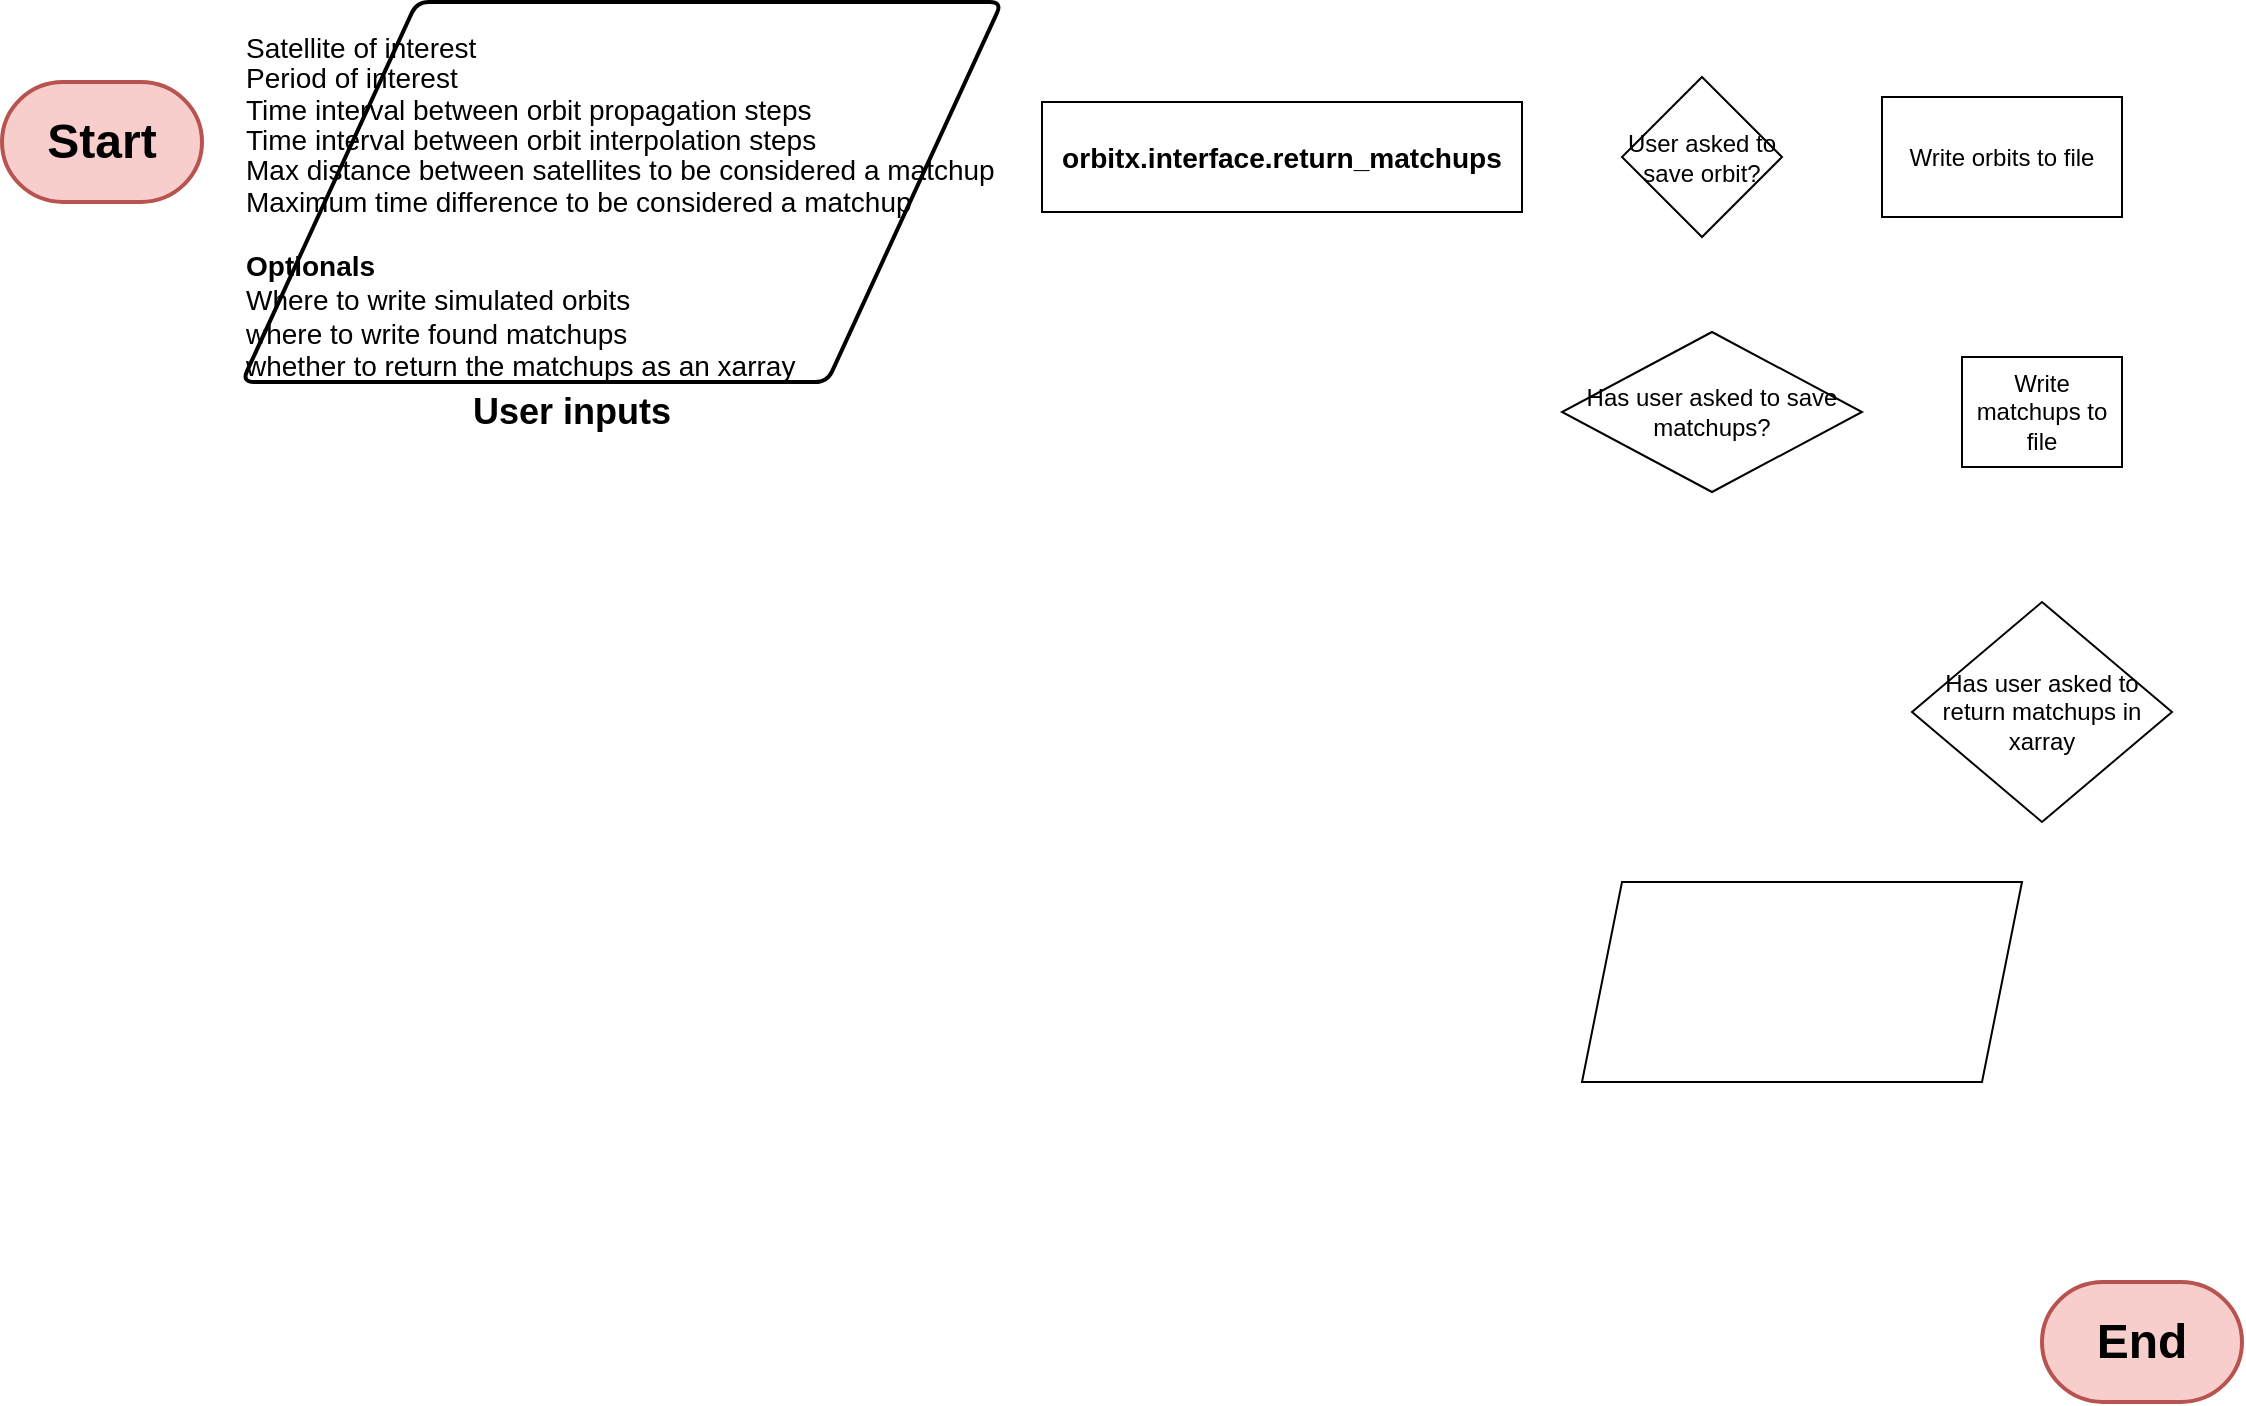
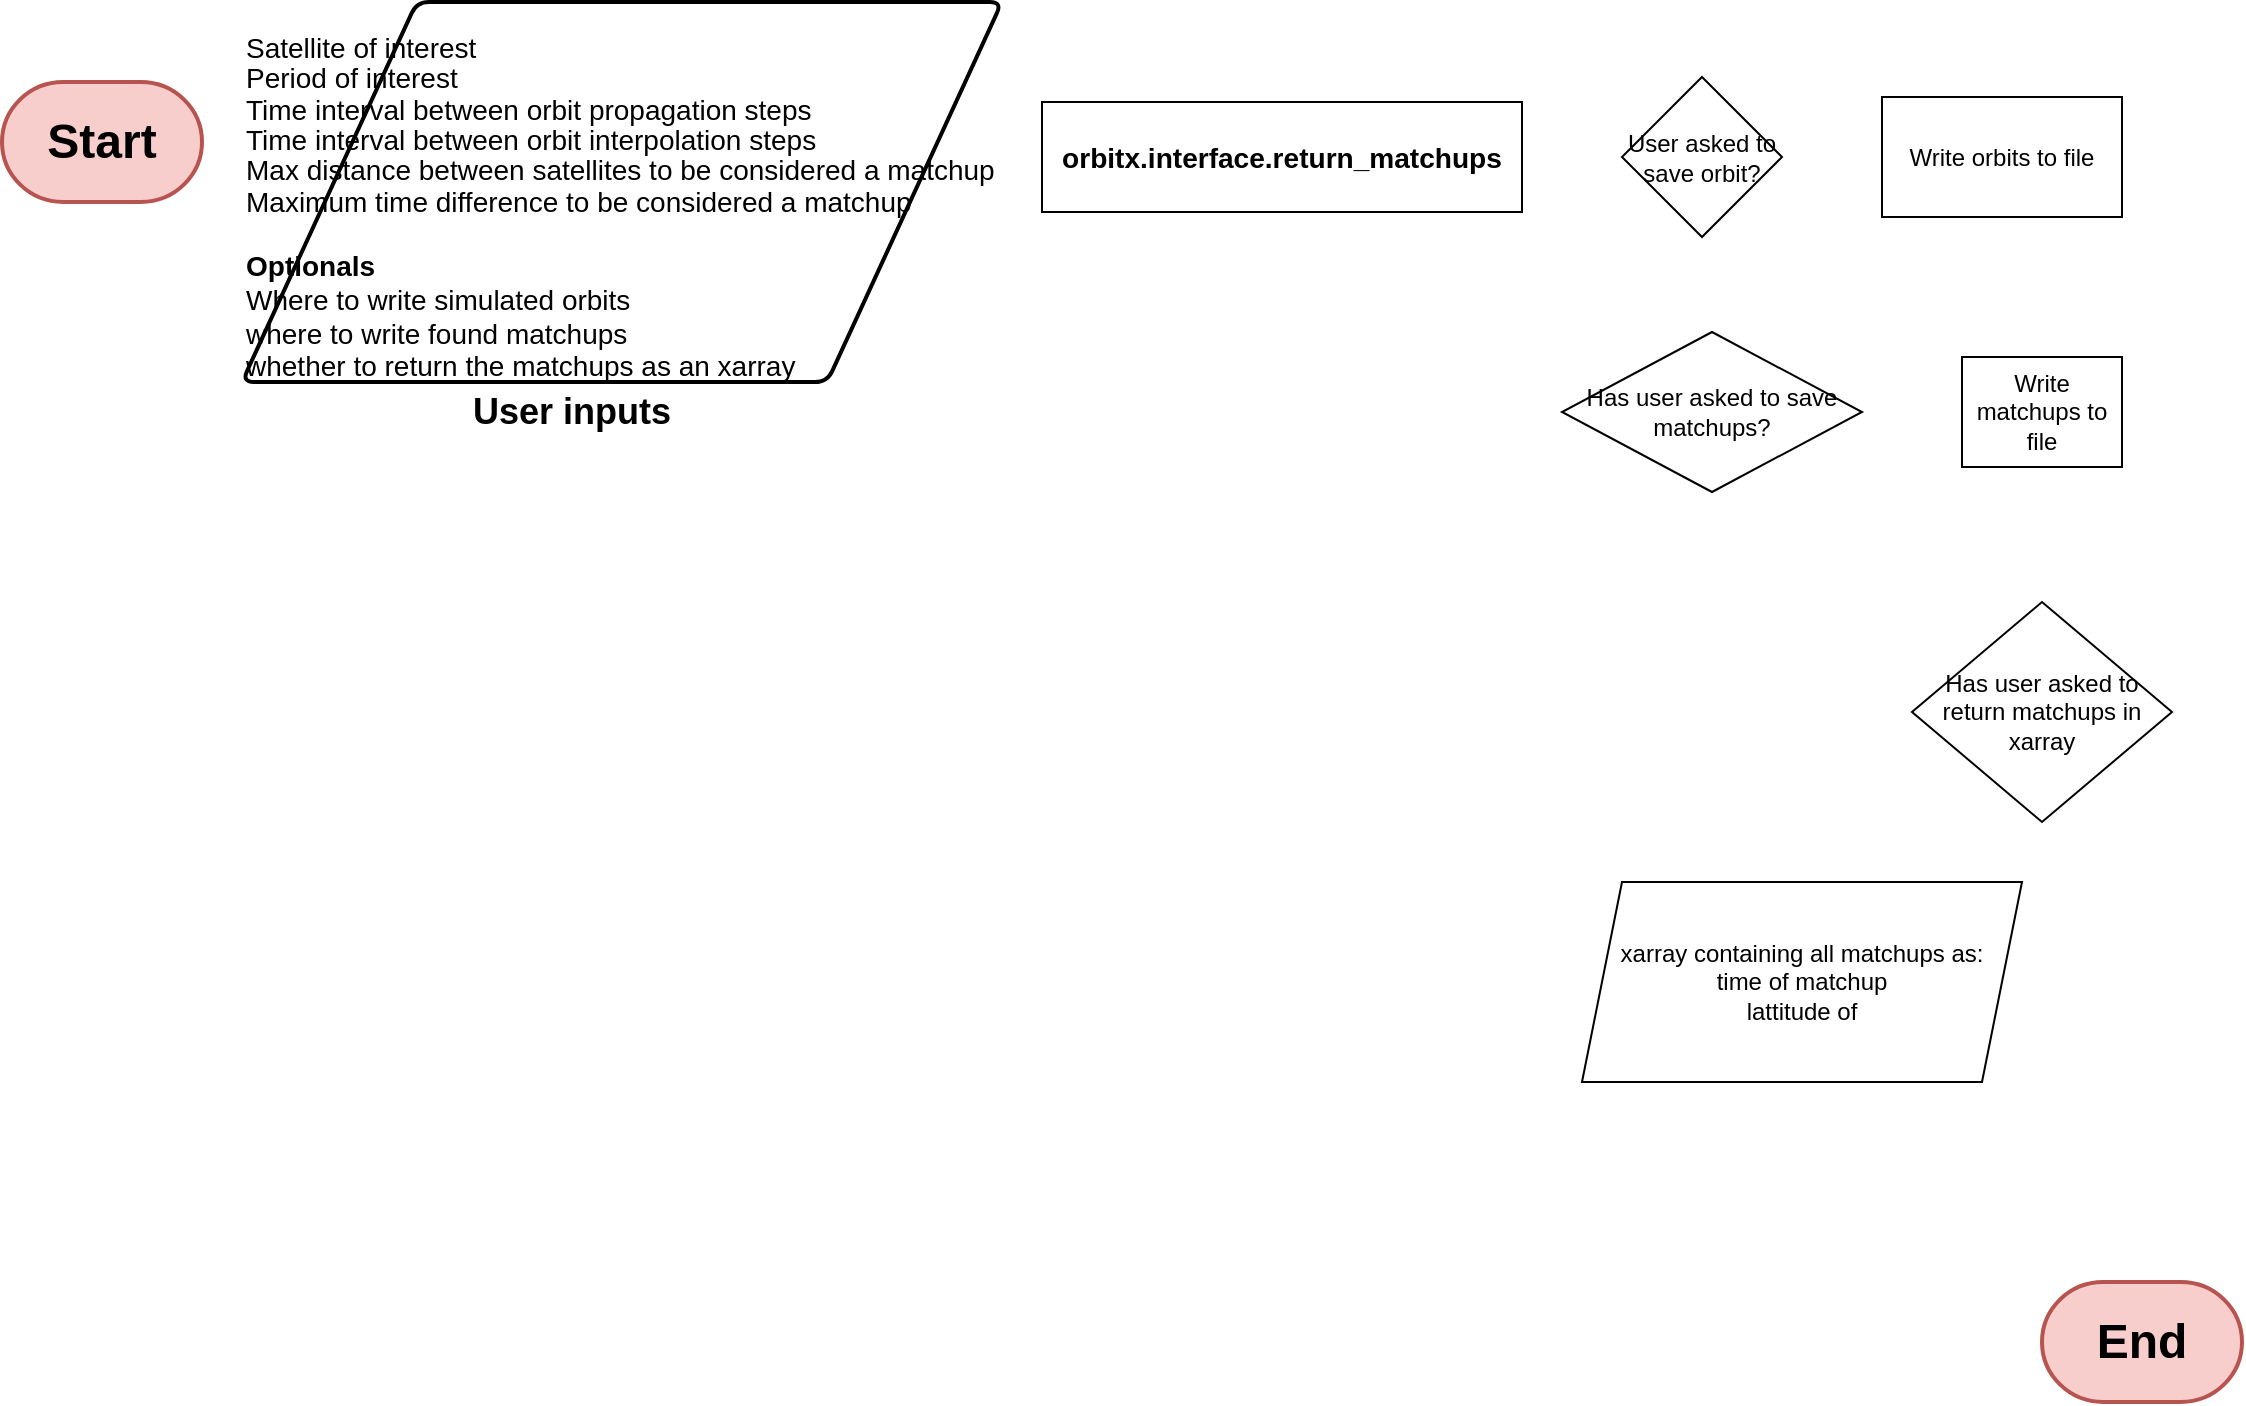
- <mxfile host="Electron" agent="Mozilla/5.0 (Windows NT 10.0; Win64; x64) AppleWebKit/537.36 (KHTML, like Gecko) draw.io/27.0.5 Chrome/134.0.6998.205 Electron/35.3.0 Safari/537.36" version="27.0.5" pages="2">
+ <mxfile host="Electron" agent="Mozilla/5.0 (Windows NT 10.0; Win64; x64) AppleWebKit/537.36 (KHTML, like Gecko) draw.io/27.0.5 Chrome/134.0.6998.205 Electron/35.3.0 Safari/537.36" version="27.0.5" pages="4">
  <diagram name="user-interface" id="Rb8Ka45R4ML32k2zsIB5">
    <mxGraphModel dx="1426" dy="875" grid="1" gridSize="10" guides="1" tooltips="1" connect="1" arrows="1" fold="1" page="1" pageScale="1" pageWidth="1169" pageHeight="827" math="1" shadow="0">
      <root>
        <mxCell id="0" />
        <mxCell id="1" parent="0" />
        <mxCell id="qanbFfzoWFsNK_wHR9R6-2" value="&lt;h1&gt;End&lt;/h1&gt;" style="strokeWidth=2;html=1;shape=mxgraph.flowchart.terminator;whiteSpace=wrap;fillColor=#f8cecc;strokeColor=#b85450;" vertex="1" parent="1">
          <mxGeometry x="1050" y="650" width="100" height="60" as="geometry" />
        </mxCell>
        <mxCell id="qanbFfzoWFsNK_wHR9R6-3" value="&lt;h1&gt;Start&lt;/h1&gt;" style="strokeWidth=2;html=1;shape=mxgraph.flowchart.terminator;whiteSpace=wrap;fillColor=#f8cecc;strokeColor=#b85450;" vertex="1" parent="1">
          <mxGeometry x="30" y="50" width="100" height="60" as="geometry" />
        </mxCell>
        <mxCell id="qanbFfzoWFsNK_wHR9R6-4" value="&lt;h4&gt;&lt;font style=&quot;font-weight: normal; font-size: 14px; line-height: 100%;&quot;&gt;Satellite of interest&lt;br&gt;Period of interest&lt;br&gt;Time interval between orbit propagation steps&lt;br&gt;Time interval between orbit interpolation steps&lt;br&gt;Max distance between satellites to be considered a matchup&lt;br&gt;Maximum time difference to be considered a matchup&lt;/font&gt;&lt;/h4&gt;&lt;div&gt;&lt;span style=&quot;font-size: 14px;&quot;&gt;&lt;b&gt;Optionals&lt;/b&gt;&lt;/span&gt;&lt;/div&gt;&lt;div&gt;&lt;span style=&quot;font-size: 14px;&quot;&gt;Where to write simulated orbits&lt;/span&gt;&lt;/div&gt;&lt;div&gt;&lt;span style=&quot;font-size: 14px;&quot;&gt;where to write found matchups&lt;/span&gt;&lt;/div&gt;&lt;div&gt;&lt;span style=&quot;font-size: 14px;&quot;&gt;whether to return the matchups as an xarray&lt;/span&gt;&lt;/div&gt;" style="shape=parallelogram;html=1;strokeWidth=2;perimeter=parallelogramPerimeter;whiteSpace=wrap;rounded=1;arcSize=12;size=0.23;align=left;" vertex="1" parent="1">
          <mxGeometry x="150" y="10" width="380" height="190" as="geometry" />
        </mxCell>
        <mxCell id="qanbFfzoWFsNK_wHR9R6-5" value="&lt;h2&gt;User inputs&lt;/h2&gt;" style="text;html=1;align=center;verticalAlign=middle;whiteSpace=wrap;rounded=0;" vertex="1" parent="1">
          <mxGeometry x="210" y="200" width="210" height="30" as="geometry" />
        </mxCell>
        <mxCell id="qanbFfzoWFsNK_wHR9R6-6" value="&lt;h3&gt;orbitx.interface.return_matchups&lt;/h3&gt;" style="rounded=0;whiteSpace=wrap;html=1;" vertex="1" parent="1">
          <mxGeometry x="550" y="60" width="240" height="55" as="geometry" />
        </mxCell>
        <mxCell id="qrghjatZicK2hVQg0L6t-1" value="User asked to save orbit?" style="rhombus;whiteSpace=wrap;html=1;" vertex="1" parent="1">
          <mxGeometry x="840" y="47.5" width="80" height="80" as="geometry" />
        </mxCell>
        <mxCell id="qrghjatZicK2hVQg0L6t-2" value="Write orbits to file" style="rounded=0;whiteSpace=wrap;html=1;" vertex="1" parent="1">
          <mxGeometry x="970" y="57.5" width="120" height="60" as="geometry" />
        </mxCell>
        <mxCell id="qrghjatZicK2hVQg0L6t-3" value="Write matchups to file" style="rounded=0;whiteSpace=wrap;html=1;" vertex="1" parent="1">
          <mxGeometry x="1010" y="187.5" width="80" height="55" as="geometry" />
        </mxCell>
        <mxCell id="qrghjatZicK2hVQg0L6t-4" value="Has user asked to return matchups in xarray" style="rhombus;whiteSpace=wrap;html=1;" vertex="1" parent="1">
          <mxGeometry x="985" y="310" width="130" height="110" as="geometry" />
        </mxCell>
        <mxCell id="qrghjatZicK2hVQg0L6t-5" value="Has user asked to save matchups?" style="rhombus;whiteSpace=wrap;html=1;" vertex="1" parent="1">
          <mxGeometry x="810" y="175" width="150" height="80" as="geometry" />
        </mxCell>
-         <mxCell id="qrghjatZicK2hVQg0L6t-6" value="" style="shape=parallelogram;perimeter=parallelogramPerimeter;whiteSpace=wrap;html=1;fixedSize=1;" vertex="1" parent="1">
+         <mxCell id="qrghjatZicK2hVQg0L6t-6" value="xarray containing all matchups as:&lt;div&gt;time of matchup&lt;/div&gt;&lt;div&gt;lattitude of&lt;/div&gt;" style="shape=parallelogram;perimeter=parallelogramPerimeter;whiteSpace=wrap;html=1;fixedSize=1;" vertex="1" parent="1">
          <mxGeometry x="820" y="450" width="220" height="100" as="geometry" />
        </mxCell>
      </root>
    </mxGraphModel>
  </diagram>
  <diagram id="qNu_I2DvxpyIvlphh47_" name="return-matchups">
    <mxGraphModel dx="1426" dy="875" grid="1" gridSize="10" guides="1" tooltips="1" connect="1" arrows="1" fold="1" page="1" pageScale="1" pageWidth="1169" pageHeight="827" math="1" shadow="0">
      <root>
        <mxCell id="0" />
        <mxCell id="1" parent="0" />
+         <mxCell id="Hcuwhl1PKeMfT98H0q-m-1" value="End" style="ellipse;whiteSpace=wrap;html=1;" vertex="1" parent="1">
+           <mxGeometry x="1020" y="540" width="120" height="80" as="geometry" />
+         </mxCell>
+         <mxCell id="Hcuwhl1PKeMfT98H0q-m-10" style="edgeStyle=orthogonalEdgeStyle;rounded=0;orthogonalLoop=1;jettySize=auto;html=1;entryX=0;entryY=0.5;entryDx=0;entryDy=0;" edge="1" parent="1" source="Hcuwhl1PKeMfT98H0q-m-2" target="Hcuwhl1PKeMfT98H0q-m-3">
+           <mxGeometry relative="1" as="geometry" />
+         </mxCell>
+         <mxCell id="Hcuwhl1PKeMfT98H0q-m-2" value="Start" style="ellipse;whiteSpace=wrap;html=1;" vertex="1" parent="1">
+           <mxGeometry x="10" y="290" width="120" height="80" as="geometry" />
+         </mxCell>
+         <mxCell id="Hcuwhl1PKeMfT98H0q-m-11" style="edgeStyle=orthogonalEdgeStyle;rounded=0;orthogonalLoop=1;jettySize=auto;html=1;entryX=0;entryY=0.5;entryDx=0;entryDy=0;" edge="1" parent="1" source="Hcuwhl1PKeMfT98H0q-m-3" target="Hcuwhl1PKeMfT98H0q-m-4">
+           <mxGeometry relative="1" as="geometry" />
+         </mxCell>
+         <mxCell id="Hcuwhl1PKeMfT98H0q-m-3" value="&lt;div style=&quot;font-family: Consolas, &amp;quot;Courier New&amp;quot;, monospace; font-size: 14px; white-space: pre; line-height: 100%;&quot;&gt;&lt;p&gt;&lt;span&gt;&lt;font style=&quot;color: rgb(0, 0, 0);&quot;&gt;Name of satellites,&lt;br&gt;&lt;/font&gt;&lt;/span&gt;&lt;span&gt;&lt;font style=&quot;color: rgb(0, 0, 0);&quot;&gt;start time of interest date,&lt;br&gt;&lt;/font&gt;&lt;/span&gt;&lt;span&gt;&lt;font style=&quot;color: rgb(0, 0, 0);&quot;&gt;end time of interest date,&lt;br&gt;&lt;/font&gt;&lt;/span&gt;&lt;span&gt;&lt;font style=&quot;color: rgb(0, 0, 0);&quot;&gt;resolution satellite orbit simulation,&lt;br&gt;&lt;/font&gt;&lt;/span&gt;resolution satellite orbit interpolation&lt;/p&gt;&lt;/div&gt;" style="shape=parallelogram;perimeter=parallelogramPerimeter;whiteSpace=wrap;html=1;fixedSize=1;" vertex="1" parent="1">
+           <mxGeometry x="150" y="290" width="410" height="80" as="geometry" />
+         </mxCell>
+         <mxCell id="Hcuwhl1PKeMfT98H0q-m-12" style="edgeStyle=orthogonalEdgeStyle;rounded=0;orthogonalLoop=1;jettySize=auto;html=1;entryX=0;entryY=0.5;entryDx=0;entryDy=0;" edge="1" parent="1" source="Hcuwhl1PKeMfT98H0q-m-4" target="Hcuwhl1PKeMfT98H0q-m-5">
+           <mxGeometry relative="1" as="geometry" />
+         </mxCell>
+         <mxCell id="Hcuwhl1PKeMfT98H0q-m-4" value="Compute orbits" style="rounded=0;whiteSpace=wrap;html=1;" vertex="1" parent="1">
+           <mxGeometry x="585" y="307.5" width="120" height="45" as="geometry" />
+         </mxCell>
+         <mxCell id="Hcuwhl1PKeMfT98H0q-m-13" style="edgeStyle=orthogonalEdgeStyle;rounded=0;orthogonalLoop=1;jettySize=auto;html=1;entryX=0;entryY=0.5;entryDx=0;entryDy=0;" edge="1" parent="1" source="Hcuwhl1PKeMfT98H0q-m-5" target="Hcuwhl1PKeMfT98H0q-m-6">
+           <mxGeometry relative="1" as="geometry" />
+         </mxCell>
+         <mxCell id="Hcuwhl1PKeMfT98H0q-m-5" value="Orbit of each satellite" style="shape=parallelogram;perimeter=parallelogramPerimeter;whiteSpace=wrap;html=1;fixedSize=1;" vertex="1" parent="1">
+           <mxGeometry x="730" y="300" width="110" height="60" as="geometry" />
+         </mxCell>
+         <mxCell id="Hcuwhl1PKeMfT98H0q-m-15" style="edgeStyle=orthogonalEdgeStyle;rounded=0;orthogonalLoop=1;jettySize=auto;html=1;entryX=0;entryY=0.5;entryDx=0;entryDy=0;" edge="1" parent="1" source="Hcuwhl1PKeMfT98H0q-m-6" target="Hcuwhl1PKeMfT98H0q-m-9">
+           <mxGeometry relative="1" as="geometry" />
+         </mxCell>
+         <mxCell id="Hcuwhl1PKeMfT98H0q-m-6" value="Find matchups" style="rounded=0;whiteSpace=wrap;html=1;" vertex="1" parent="1">
+           <mxGeometry x="870" y="300" width="120" height="60" as="geometry" />
+         </mxCell>
+         <mxCell id="Hcuwhl1PKeMfT98H0q-m-18" style="edgeStyle=orthogonalEdgeStyle;rounded=0;orthogonalLoop=1;jettySize=auto;html=1;entryX=0;entryY=0.5;entryDx=0;entryDy=0;" edge="1" parent="1" source="Hcuwhl1PKeMfT98H0q-m-7" target="Hcuwhl1PKeMfT98H0q-m-16">
+           <mxGeometry relative="1" as="geometry" />
+         </mxCell>
+         <mxCell id="Hcuwhl1PKeMfT98H0q-m-7" value="&lt;div style=&quot;font-family: Consolas, &amp;quot;Courier New&amp;quot;, monospace; font-size: 14px; line-height: 19px; white-space: pre;&quot;&gt;&lt;pre style=&quot;&quot;&gt;&lt;span&gt;&lt;font style=&quot;color: rgb(0, 0, 0);&quot;&gt;Optional: path where to save simul orbit,&lt;br&gt;Optional: path where to save matchups,&lt;br&gt;Optional: should the matchups object be returned&lt;/font&gt;&lt;/span&gt;&lt;/pre&gt;&lt;/div&gt;" style="shape=parallelogram;perimeter=parallelogramPerimeter;whiteSpace=wrap;html=1;fixedSize=1;" vertex="1" parent="1">
+           <mxGeometry x="560" y="420" width="410" height="70" as="geometry" />
+         </mxCell>
+         <mxCell id="Hcuwhl1PKeMfT98H0q-m-14" style="edgeStyle=orthogonalEdgeStyle;rounded=0;orthogonalLoop=1;jettySize=auto;html=1;entryX=0.5;entryY=0;entryDx=0;entryDy=0;" edge="1" parent="1" source="Hcuwhl1PKeMfT98H0q-m-8" target="Hcuwhl1PKeMfT98H0q-m-6">
+           <mxGeometry relative="1" as="geometry" />
+         </mxCell>
+         <mxCell id="Hcuwhl1PKeMfT98H0q-m-8" value="&lt;div style=&quot;font-family: Consolas, &amp;quot;Courier New&amp;quot;, monospace; font-size: 14px; line-height: 19px; white-space: pre;&quot;&gt;&lt;pre style=&quot;&quot;&gt;&lt;span&gt;&lt;font style=&quot;color: rgb(0, 0, 0);&quot;&gt;max distance between sats for matchup,&lt;br&gt;max time difference for matchup&lt;br&gt;&lt;/font&gt;&lt;/span&gt;&lt;/pre&gt;&lt;/div&gt;" style="shape=parallelogram;perimeter=parallelogramPerimeter;whiteSpace=wrap;html=1;fixedSize=1;" vertex="1" parent="1">
+           <mxGeometry x="760" y="220" width="340" height="46" as="geometry" />
+         </mxCell>
+         <mxCell id="Hcuwhl1PKeMfT98H0q-m-17" style="edgeStyle=orthogonalEdgeStyle;rounded=0;orthogonalLoop=1;jettySize=auto;html=1;entryX=0.5;entryY=0;entryDx=0;entryDy=0;" edge="1" parent="1" source="Hcuwhl1PKeMfT98H0q-m-9" target="Hcuwhl1PKeMfT98H0q-m-16">
+           <mxGeometry relative="1" as="geometry" />
+         </mxCell>
+         <mxCell id="Hcuwhl1PKeMfT98H0q-m-9" value="Matchups" style="shape=parallelogram;perimeter=parallelogramPerimeter;whiteSpace=wrap;html=1;fixedSize=1;" vertex="1" parent="1">
+           <mxGeometry x="1020" y="300" width="120" height="60" as="geometry" />
+         </mxCell>
+         <mxCell id="Hcuwhl1PKeMfT98H0q-m-19" style="edgeStyle=orthogonalEdgeStyle;rounded=0;orthogonalLoop=1;jettySize=auto;html=1;" edge="1" parent="1" source="Hcuwhl1PKeMfT98H0q-m-16" target="Hcuwhl1PKeMfT98H0q-m-1">
+           <mxGeometry relative="1" as="geometry" />
+         </mxCell>
+         <mxCell id="Hcuwhl1PKeMfT98H0q-m-16" value="Provide outputs" style="rounded=0;whiteSpace=wrap;html=1;" vertex="1" parent="1">
+           <mxGeometry x="1020" y="425" width="120" height="60" as="geometry" />
+         </mxCell>
+         <mxCell id="6C6_Aeil7MCNxE-qbvdo-1" value="User input" style="text;html=1;align=center;verticalAlign=middle;whiteSpace=wrap;rounded=0;" vertex="1" parent="1">
+           <mxGeometry x="270" y="260" width="170" height="30" as="geometry" />
+         </mxCell>
+         <mxCell id="6C6_Aeil7MCNxE-qbvdo-2" value="User input" style="text;html=1;align=center;verticalAlign=middle;whiteSpace=wrap;rounded=0;" vertex="1" parent="1">
+           <mxGeometry x="680" y="490" width="170" height="30" as="geometry" />
+         </mxCell>
+         <mxCell id="6C6_Aeil7MCNxE-qbvdo-3" value="User input" style="text;html=1;align=center;verticalAlign=middle;whiteSpace=wrap;rounded=0;" vertex="1" parent="1">
+           <mxGeometry x="845" y="190" width="170" height="30" as="geometry" />
+         </mxCell>
+       </root>
+     </mxGraphModel>
+   </diagram>
+   <diagram id="i7MdFfTZOMu7dM0515PT" name="Compute orbits">
+     <mxGraphModel dx="1426" dy="875" grid="1" gridSize="10" guides="1" tooltips="1" connect="1" arrows="1" fold="1" page="1" pageScale="1" pageWidth="1169" pageHeight="827" math="1" shadow="0">
+       <root>
+         <mxCell id="0" />
+         <mxCell id="1" parent="0" />
+         <mxCell id="Wmx8rtqJ35btXmZ7btHl-1" value="End" style="ellipse;whiteSpace=wrap;html=1;" vertex="1" parent="1">
+           <mxGeometry x="670" y="160" width="120" height="80" as="geometry" />
+         </mxCell>
+         <mxCell id="Wmx8rtqJ35btXmZ7btHl-2" value="Start" style="ellipse;whiteSpace=wrap;html=1;" vertex="1" parent="1">
+           <mxGeometry x="10" y="20" width="120" height="80" as="geometry" />
+         </mxCell>
+         <mxCell id="DPi_8FRH7774oabhKPkP-5" style="edgeStyle=orthogonalEdgeStyle;rounded=0;orthogonalLoop=1;jettySize=auto;html=1;entryX=0.5;entryY=0;entryDx=0;entryDy=0;" edge="1" parent="1" source="DPi_8FRH7774oabhKPkP-1" target="DPi_8FRH7774oabhKPkP-2">
+           <mxGeometry relative="1" as="geometry" />
+         </mxCell>
+         <mxCell id="DPi_8FRH7774oabhKPkP-1" value="&lt;div style=&quot;font-family: Consolas, &amp;quot;Courier New&amp;quot;, monospace; font-size: 14px; white-space: pre; line-height: 100%;&quot;&gt;&lt;p&gt;&lt;span&gt;&lt;font style=&quot;color: rgb(0, 0, 0);&quot;&gt;Name of satellites,&lt;br&gt;&lt;/font&gt;&lt;/span&gt;&lt;span&gt;&lt;font style=&quot;color: rgb(0, 0, 0);&quot;&gt;start time of interest date,&lt;br&gt;&lt;/font&gt;&lt;/span&gt;&lt;span&gt;&lt;font style=&quot;color: rgb(0, 0, 0);&quot;&gt;end time of interest date,&lt;br&gt;&lt;/font&gt;&lt;/span&gt;&lt;span&gt;&lt;font style=&quot;color: rgb(0, 0, 0);&quot;&gt;resolution satellite orbit simulation,&lt;br&gt;&lt;/font&gt;&lt;/span&gt;resolution satellite orbit interpolation&lt;/p&gt;&lt;/div&gt;" style="shape=parallelogram;perimeter=parallelogramPerimeter;whiteSpace=wrap;html=1;fixedSize=1;" vertex="1" parent="1">
+           <mxGeometry x="150" y="20" width="410" height="80" as="geometry" />
+         </mxCell>
+         <mxCell id="DPi_8FRH7774oabhKPkP-3" style="edgeStyle=orthogonalEdgeStyle;rounded=0;orthogonalLoop=1;jettySize=auto;html=1;entryX=0;entryY=0.5;entryDx=0;entryDy=0;" edge="1" parent="1" source="DPi_8FRH7774oabhKPkP-2" target="Wmx8rtqJ35btXmZ7btHl-1">
+           <mxGeometry relative="1" as="geometry" />
+         </mxCell>
+         <mxCell id="DPi_8FRH7774oabhKPkP-2" value="Simulated all satellites?" style="rhombus;whiteSpace=wrap;html=1;" vertex="1" parent="1">
+           <mxGeometry x="245" y="160" width="220" height="80" as="geometry" />
+         </mxCell>
+         <mxCell id="DPi_8FRH7774oabhKPkP-4" value="Yes" style="text;html=1;align=center;verticalAlign=middle;whiteSpace=wrap;rounded=0;" vertex="1" parent="1">
+           <mxGeometry x="570" y="170" width="60" height="30" as="geometry" />
+         </mxCell>
+         <mxCell id="DPi_8FRH7774oabhKPkP-6" value="Start new satellite" style="rounded=0;whiteSpace=wrap;html=1;" vertex="1" parent="1">
+           <mxGeometry x="295" y="260" width="120" height="40" as="geometry" />
+         </mxCell>
+         <mxCell id="DPi_8FRH7774oabhKPkP-7" value="get two line element for ongoing satellite during considered dates" style="rounded=0;whiteSpace=wrap;html=1;" vertex="1" parent="1">
+           <mxGeometry x="295" y="340" width="120" height="60" as="geometry" />
+         </mxCell>
+         <mxCell id="DPi_8FRH7774oabhKPkP-8" value="First line of TLE&lt;div&gt;Second line of TLE&lt;/div&gt;&lt;div&gt;date and time of TLE&lt;/div&gt;" style="shape=parallelogram;perimeter=parallelogramPerimeter;whiteSpace=wrap;html=1;fixedSize=1;" vertex="1" parent="1">
+           <mxGeometry x="280" y="430" width="150" height="60" as="geometry" />
+         </mxCell>
+       </root>
+     </mxGraphModel>
+   </diagram>
+   <diagram id="b6vNd09c2c4hL4L7jJgE" name="find_matchups">
+     <mxGraphModel dx="1426" dy="875" grid="1" gridSize="10" guides="1" tooltips="1" connect="1" arrows="1" fold="1" page="1" pageScale="1" pageWidth="1169" pageHeight="827" math="1" shadow="0">
+       <root>
+         <mxCell id="0" />
+         <mxCell id="1" parent="0" />
      </root>
    </mxGraphModel>
  </diagram>
</mxfile>
